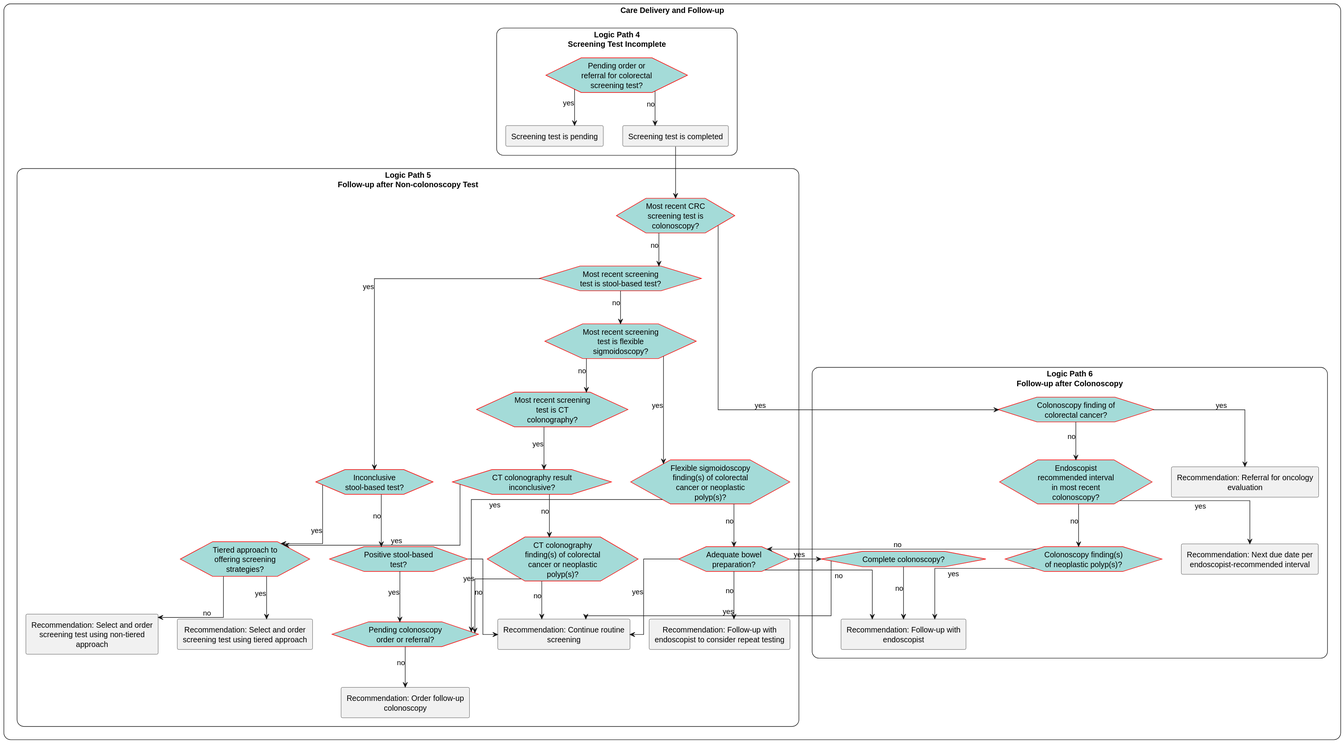
Before: images/flow-MidLevelFollowUp.svg, a diagram exported from PlantUML (ccsm-cds-tools/CDC-Colorectal-Cancer-Screening-CDS-L2).
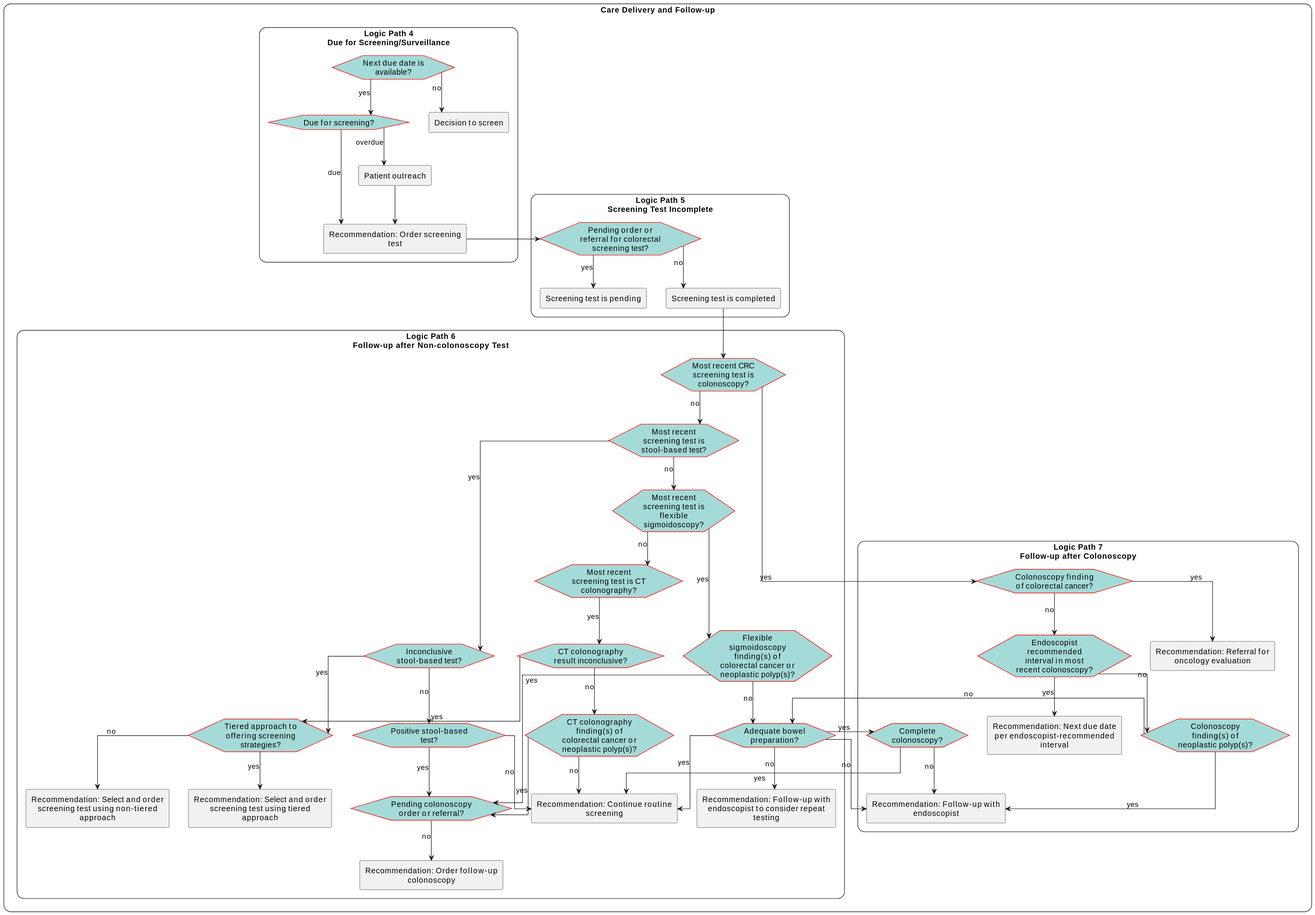
After the commit.

The edit, as a diff of the source:
```diff
@@ -17,18 +17,20 @@
     }
 </style>
 rectangle "Care Delivery and Follow-up" <<main>> {
-    rectangle "**Logic Path 4**\nScreening Test Incomplete" <<roundbox>> as path_1 {
+    rectangle "**Logic Path 4**\nDue for Screening/Surveillance" <<roundbox>> as path_1 {
+        !include flow-ScreeningDue.plantuml
+    }
+    rectangle "**Logic Path 5**\nScreening Test Incomplete" <<roundbox>> as path_2 {
         !include flow-ScreeningIncomplete.plantuml
     }
-    rectangle "**Logic Path 5**\nFollow-up after Non-colonoscopy Test" <<roundbox>> as path_2 {
+    rectangle "**Logic Path 6**\nFollow-up after Non-colonoscopy Test" <<roundbox>> as path_3 {
         !include flow-Followup.plantuml
     }
-    rectangle "**Logic Path 6**\nFollow-up after Colonoscopy" <<roundbox>> as path_3 {
+    rectangle "**Logic Path 7**\nFollow-up after Colonoscopy" <<roundbox>> as path_4 {
         !include flow-FollowupColonoscopy.plantuml
     }
-
+    act_orderTest -> eve_pendingTest
     act_screeningComplete --> eve_lastTestColonoscopy
     remove <<end>>
-
 }
 @enduml
```
